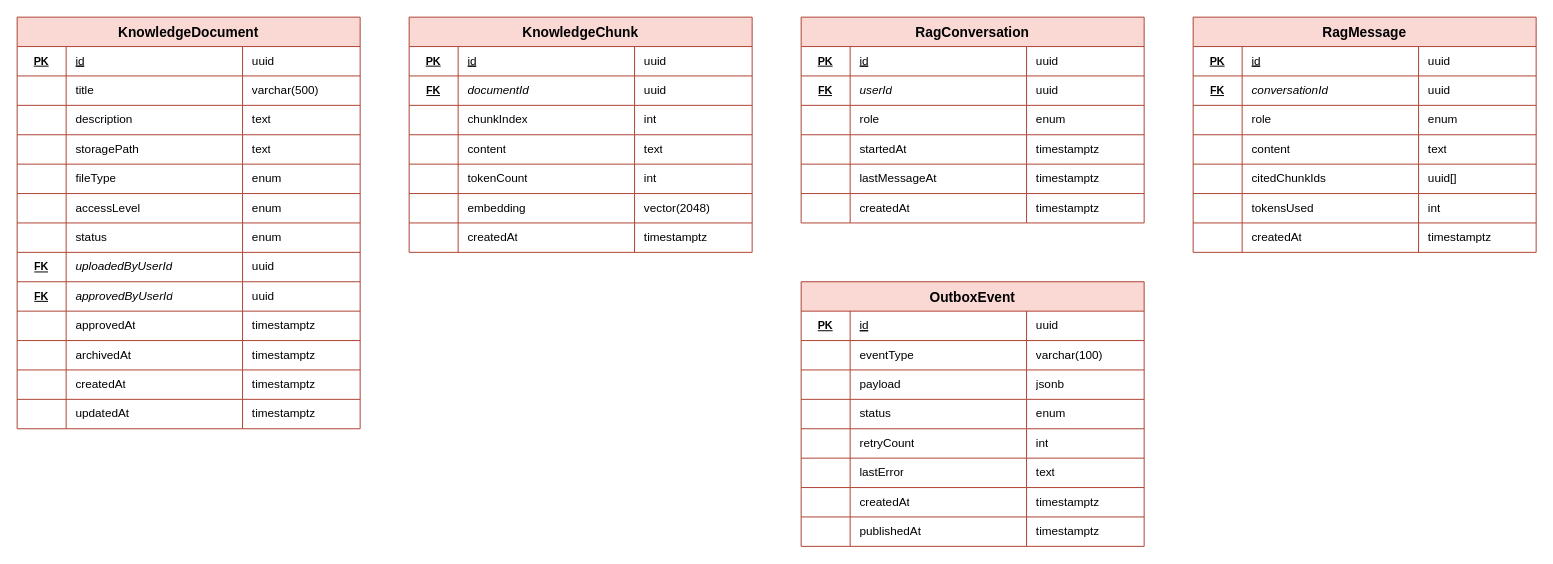
Above: db-schema/rag-ai/schema.drawio in SU26SE101-Capstone-Project-VietRide/SU26SE101-Capstone-Project-VietRide-BE (draw.io), before the change. Source tidied: cells renumbered, new cells numbered last; positions are measured from the earlier drawing's top-left corner, leaving out a move shared by most shapes. Both pictures are drawn from the tidied source at 98%, with x=0, y=0 at pixel (17, 17).
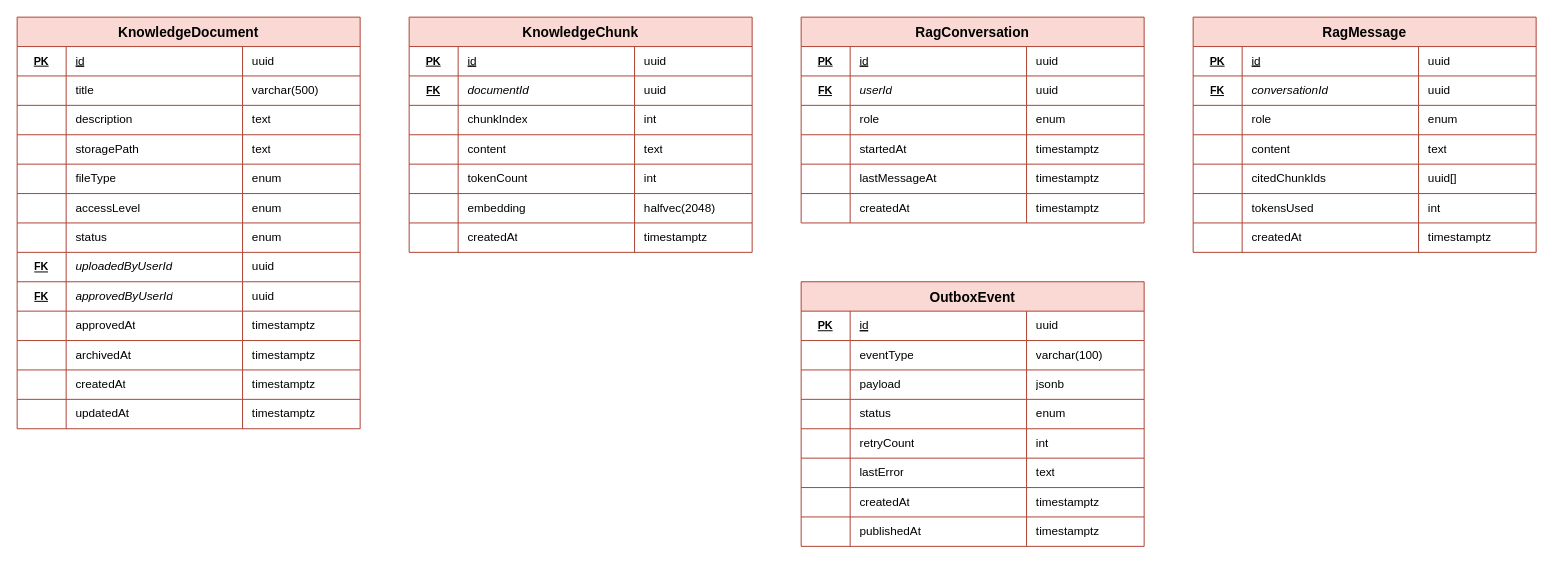
The same page after the edit.

The change refers to these unchanged cells:
```xml
<mxCell id="76" style="shape=tableRow;horizontal=0;startSize=0;swimlaneHead=0;swimlaneBody=0;strokeColor=inherit;top=0;left=0;bottom=0;right=0;fillColor=none;fontSize=12;" parent="55" vertex="1">
  <mxGeometry y="180" width="350" height="30" as="geometry" />
</mxCell>
```

Change to the diagram source:
```diff
@@
-    <mxCell id="79" value="vector(2048)" style="shape=partialRectangle;html=1;whiteSpace=wrap;strokeColor=inherit;overflow=hidden;fillColor=none;top=0;left=0;bottom=0;right=0;fontSize=12;align=left;spacingLeft=8;" parent="76" vertex="1">
+    <mxCell id="79" value="halfvec(2048)" style="shape=partialRectangle;html=1;whiteSpace=wrap;strokeColor=inherit;overflow=hidden;fillColor=none;top=0;left=0;bottom=0;right=0;fontSize=12;align=left;spacingLeft=8;" parent="76" vertex="1">
       <mxGeometry x="230" width="120" height="30" as="geometry" />
     </mxCell>
```
